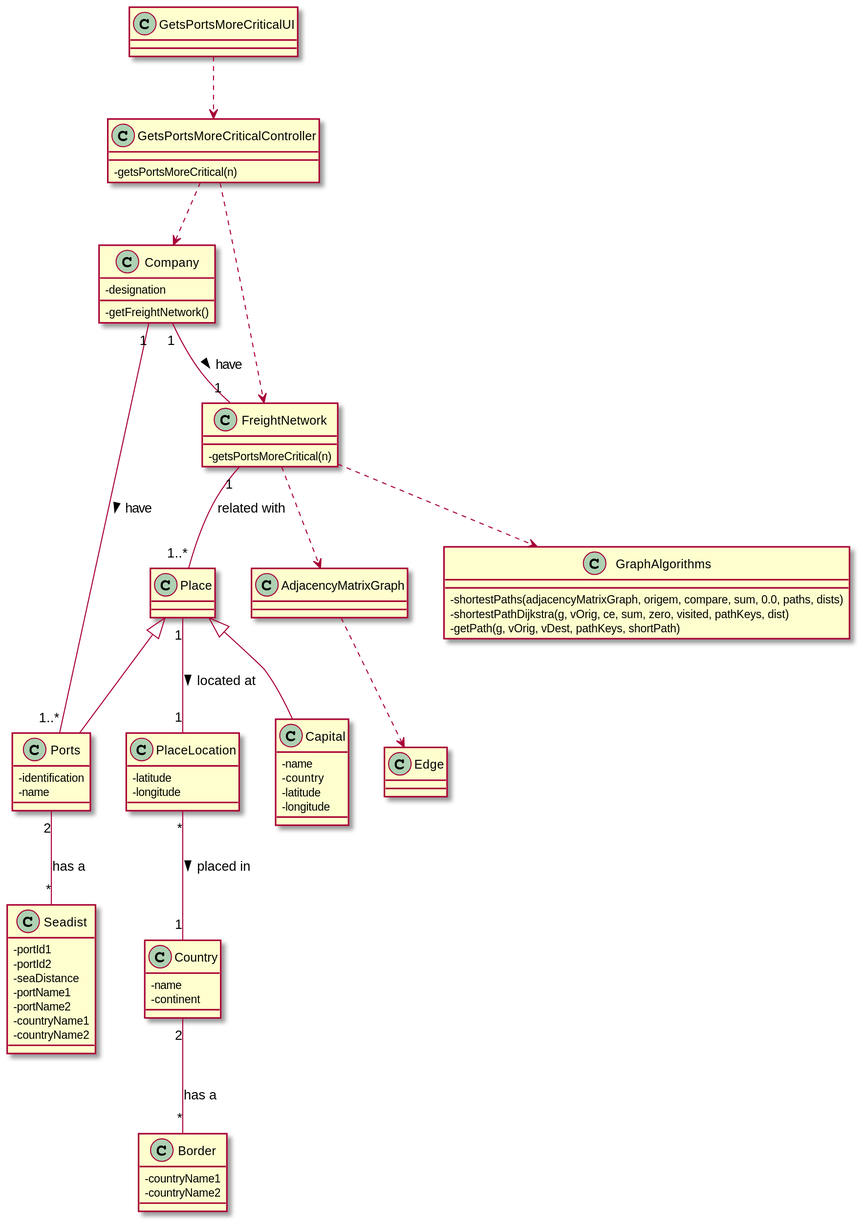
The PlantUML diagram docs/US401/US401_CD.svg in 0franciscor/lapr3-2021-g042, before a commit. Source of this version:
```plantuml
@startuml

skinparam classAttributeIconSize 0



class GetsPortsMoreCriticalUI {}

class GetsPortsMoreCriticalController {
-getsPortsMoreCritical(n)
}

class Company {
-designation
-getFreightNetwork()
}



class FreightNetwork {
-getsPortsMoreCritical(n)
}

class Ports {
-identification
-name
}


class Country {
-name
-continent
}

class PlaceLocation {
-latitude
-longitude
}

class Capital{
-name
-country
-latitude
-longitude
}

class Place {

}

class Border {
-countryName1
-countryName2
}

class Seadist {
-portId1
-portId2
-seaDistance
-portName1
-portName2
-countryName1
-countryName2
}

class AdjacencyMatrixGraph {

}

class Edge {

}

class GraphAlgorithms {
-shortestPaths(adjacencyMatrixGraph, origem, compare, sum, 0.0, paths, dists)
-shortestPathDijkstra(g, vOrig, ce, sum, zero, visited, pathKeys, dist)
-getPath(g, vOrig, vDest, pathKeys, shortPath)
}

GetsPortsMoreCriticalUI ..> GetsPortsMoreCriticalController

GetsPortsMoreCriticalController ..> Company
GetsPortsMoreCriticalController ..> FreightNetwork

Company "1"--"1" FreightNetwork: have >
FreightNetwork ..> AdjacencyMatrixGraph
AdjacencyMatrixGraph ..> Edge
Company "1"--"1..*" Ports: have >

Ports "2"--"*" Seadist: has a
FreightNetwork "1" -- "1..*" Place : related with
Place <|-- Capital
Place <|-- Ports
Country "2" -- "*" Border : has a
PlaceLocation "*" -- "1" Country : placed in >
Place "1" -- "1" PlaceLocation : located at >
FreightNetwork ..> GraphAlgorithms

@enduml
```
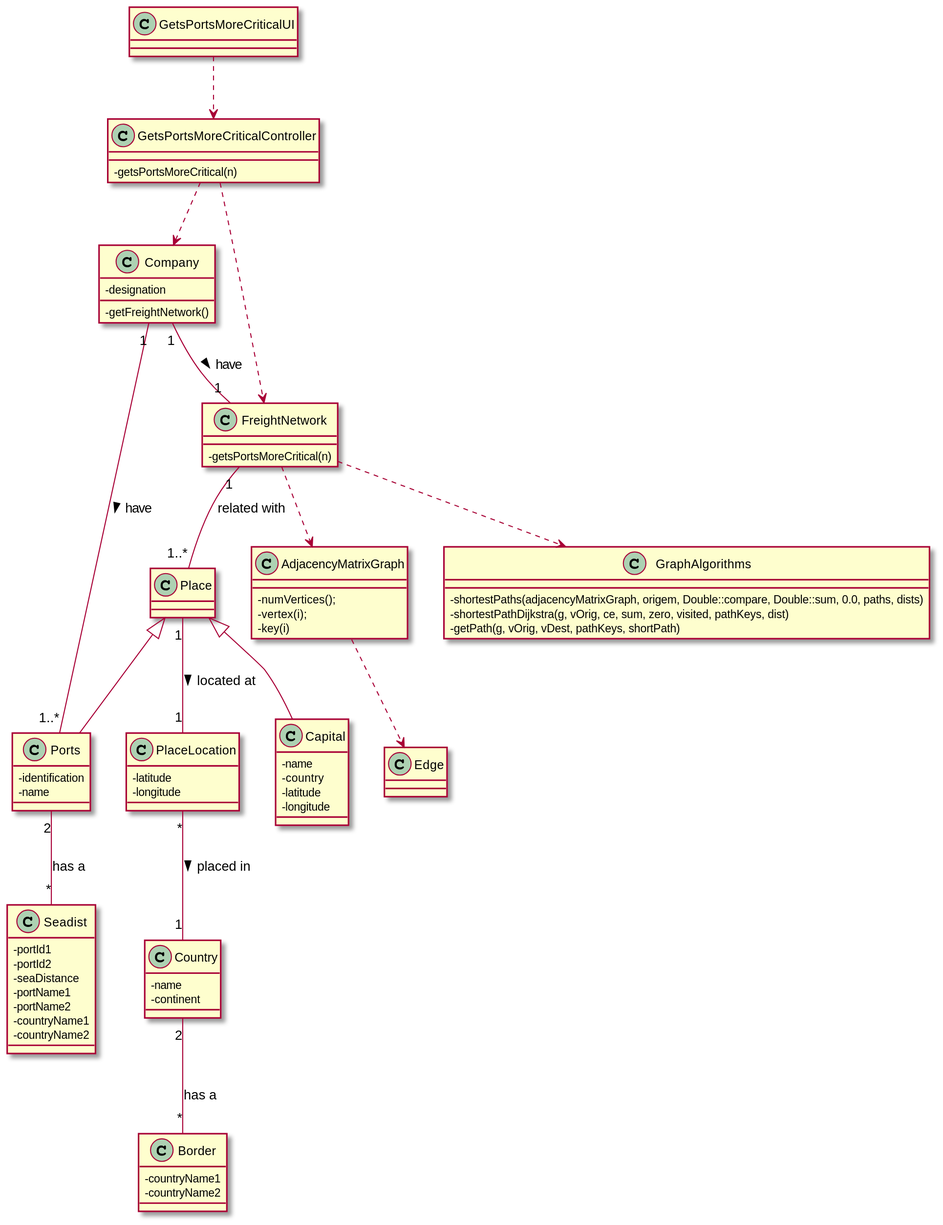
After the commit.

The edit, as a diff of the source:
```diff
@@ -64,7 +64,9 @@
 }
 
 class AdjacencyMatrixGraph {
-
+-numVertices();
+-vertex(i);
+-key(i)
 }
 
 class Edge {
@@ -72,7 +74,7 @@
 }
 
 class GraphAlgorithms {
--shortestPaths(adjacencyMatrixGraph, origem, compare, sum, 0.0, paths, dists)
+-shortestPaths(adjacencyMatrixGraph, origem, Double::compare, Double::sum, 0.0, paths, dists)
 -shortestPathDijkstra(g, vOrig, ce, sum, zero, visited, pathKeys, dist)
 -getPath(g, vOrig, vDest, pathKeys, shortPath)
 }
```
